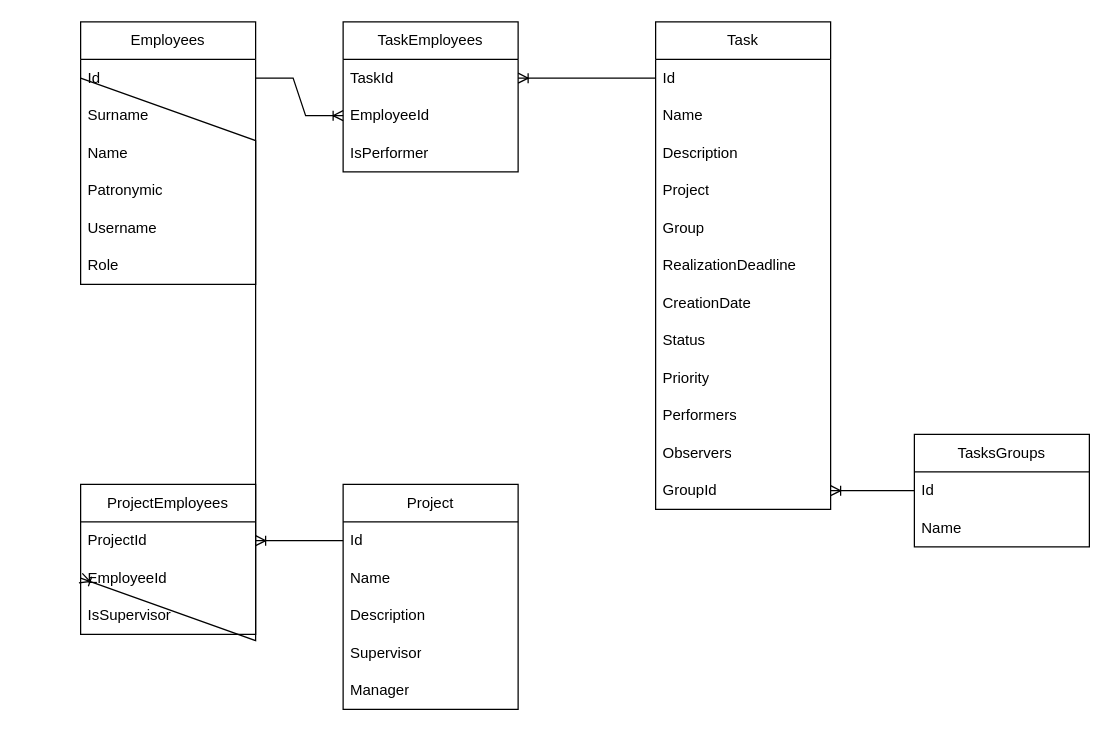
Earlier version of the draw.io diagram Relations.drawio (ISVMI/EmployeesTasksTracker). Source tidied: cells renumbered, new cells numbered last; positions are measured from the earlier drawing's top-left corner, leaving out a move shared by most shapes. Both pictures are drawn from the tidied source at 125%, with x=0, y=0 at pixel (80, 21).
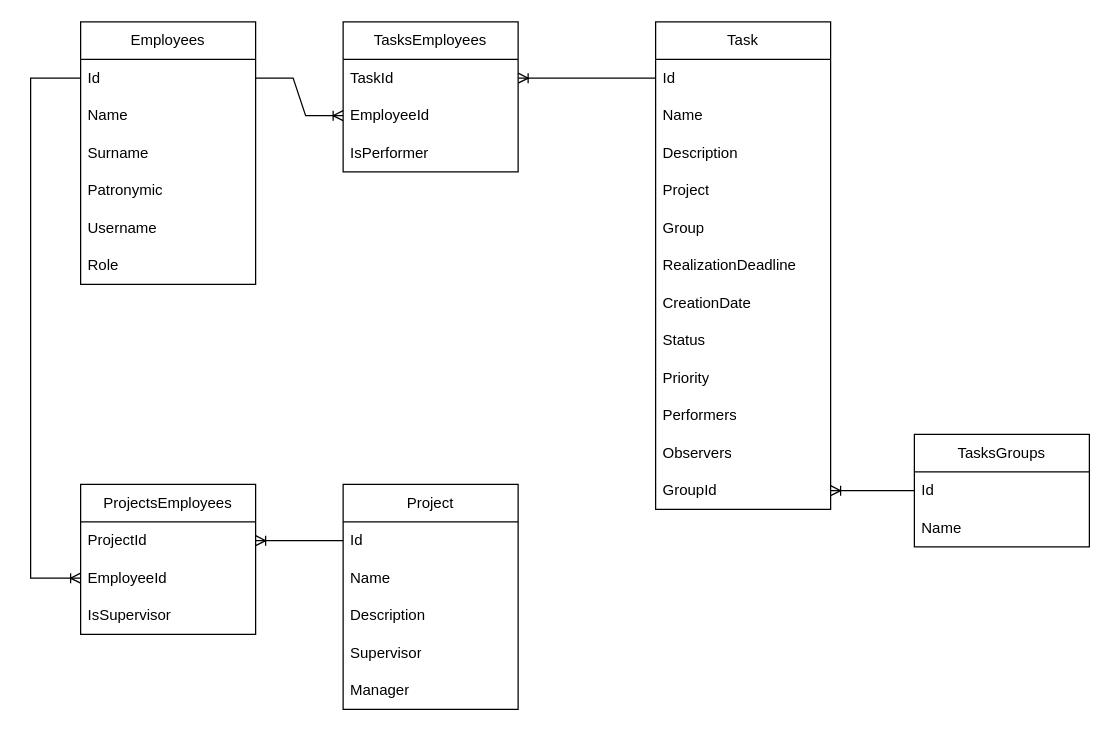
The same page after the edit.

Unchanged cells that the change refers to:
```xml
<mxCell id="2" value="Employees" style="swimlane;fontStyle=0;horizontal=1;startSize=30;whiteSpace=wrap;html=1;glass=0;rounded=0;shadow=0;" parent="1" vertex="1">
  <mxGeometry width="140" height="210" as="geometry" />
</mxCell>
<mxCell id="3" value="Id" style="text;strokeColor=none;fillColor=none;align=left;verticalAlign=middle;spacingLeft=4;spacingRight=4;overflow=hidden;points=[[0,0.5],[1,0.5]];portConstraint=eastwest;whiteSpace=wrap;html=1;" parent="2" vertex="1">
  <mxGeometry y="30" width="140" height="30" as="geometry" />
</mxCell>
<mxCell id="40" value="EmployeeId" style="text;strokeColor=none;fillColor=none;align=left;verticalAlign=middle;spacingLeft=4;spacingRight=4;overflow=hidden;points=[[0,0.5],[1,0.5]];portConstraint=eastwest;whiteSpace=wrap;html=1;" parent="38" vertex="1">
  <mxGeometry y="60" width="140" height="30" as="geometry" />
</mxCell>
```

Change to the diagram source:
```diff
@@
+    <mxCell id="5" value="Name" style="text;strokeColor=none;fillColor=none;align=left;verticalAlign=middle;spacingLeft=4;spacingRight=4;overflow=hidden;whiteSpace=wrap;html=1;" parent="2" vertex="1">
+      <mxGeometry y="60" width="140" height="30" as="geometry" />
+    </mxCell>
     <mxCell id="4" value="Surname" style="text;strokeColor=none;fillColor=none;align=left;verticalAlign=middle;spacingLeft=4;spacingRight=4;overflow=hidden;whiteSpace=wrap;html=1;" parent="2" vertex="1">
-      <mxGeometry y="60" width="140" height="30" as="geometry" />
+      <mxGeometry y="90" width="140" height="30" as="geometry" />
     </mxCell>
-    <mxCell id="5" value="Name" style="text;strokeColor=none;fillColor=none;align=left;verticalAlign=middle;spacingLeft=4;spacingRight=4;overflow=hidden;whiteSpace=wrap;html=1;" parent="2" vertex="1">
-      <mxGeometry y="90" width="140" height="30" as="geometry" />
-    </mxCell>
@@
-    <mxCell id="31" value="TaskEmployees" style="swimlane;fontStyle=0;horizontal=1;startSize=30;whiteSpace=wrap;html=1;" parent="1" vertex="1">
+    <mxCell id="31" value="TasksEmployees" style="swimlane;fontStyle=0;horizontal=1;startSize=30;whiteSpace=wrap;html=1;" parent="1" vertex="1">
       <mxGeometry x="210" width="140" height="120" as="geometry" />
     </mxCell>
@@
-    <mxCell id="38" value="ProjectEmployees" style="swimlane;fontStyle=0;horizontal=1;startSize=30;whiteSpace=wrap;html=1;" parent="1" vertex="1">
+    <mxCell id="38" value="ProjectsEmployees" style="swimlane;fontStyle=0;horizontal=1;startSize=30;whiteSpace=wrap;html=1;" parent="1" vertex="1">
       <mxGeometry y="370" width="140" height="120" as="geometry" />
     </mxCell>
@@
     <mxCell id="43" style="endArrow=none;html=1;rounded=0;entryX=0;entryY=0.5;entryDx=0;entryDy=0;exitX=0;exitY=0.5;exitDx=0;exitDy=0;endFill=0;startArrow=ERoneToMany;startFill=0;" parent="1" edge="1" source="40" target="3">
       <mxGeometry relative="1" as="geometry">
         <Array as="points">
-          <mxPoint x="140" y="495" />
-          <mxPoint x="140" y="95" />
+          <mxPoint x="-40" y="445" />
+          <mxPoint x="-40" y="45" />
         </Array>
       </mxGeometry>
     </mxCell>
```
